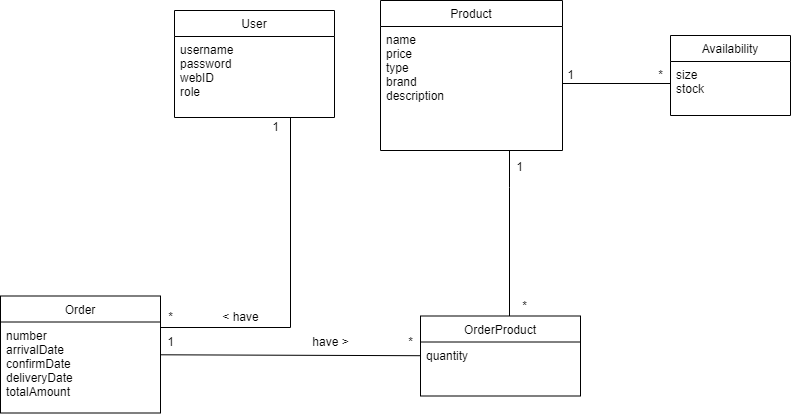
Before: docs/images/domain_model.png, a diagram exported from draw.io (Arquisoft/dede_es5a). Source tidied: cells renumbered, new cells last; positions are measured from the earlier drawing's top-left corner, leaving out a move shared by most shapes.
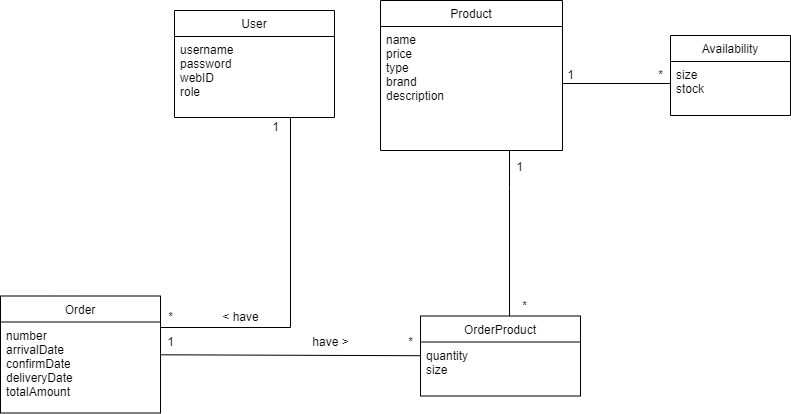
After the change.

Commit message:
size añadido en OrderProduct para saber la talla del producto seleccionado

Change to the diagram source:
```diff
@@ -53,8 +53,8 @@
     <mxCell id="15" value="OrderProduct" style="swimlane;fontStyle=0;align=center;verticalAlign=top;horizontal=1;startSize=26;rounded=0;shadow=0;strokeWidth=1;" parent="1" vertex="1">
       <mxGeometry x="420" y="315.5" width="160" height="80" as="geometry" />
     </mxCell>
-    <mxCell id="16" value="quantity" style="text;align=left;verticalAlign=top;spacingLeft=4;spacingRight=4;overflow=hidden;fontStyle=0;" parent="15" vertex="1">
-      <mxGeometry y="26" width="160" height="24" as="geometry" />
+    <mxCell id="16" value="quantity&#10;size" style="text;align=left;verticalAlign=top;spacingLeft=4;spacingRight=4;overflow=hidden;fontStyle=0;" parent="15" vertex="1">
+      <mxGeometry y="26" width="160" height="34" as="geometry" />
     </mxCell>
     <mxCell id="17" style="endArrow=none;html=1;rounded=0;" parent="1" edge="1" source="4" target="15">
       <mxGeometry relative="1" as="geometry" />
```
